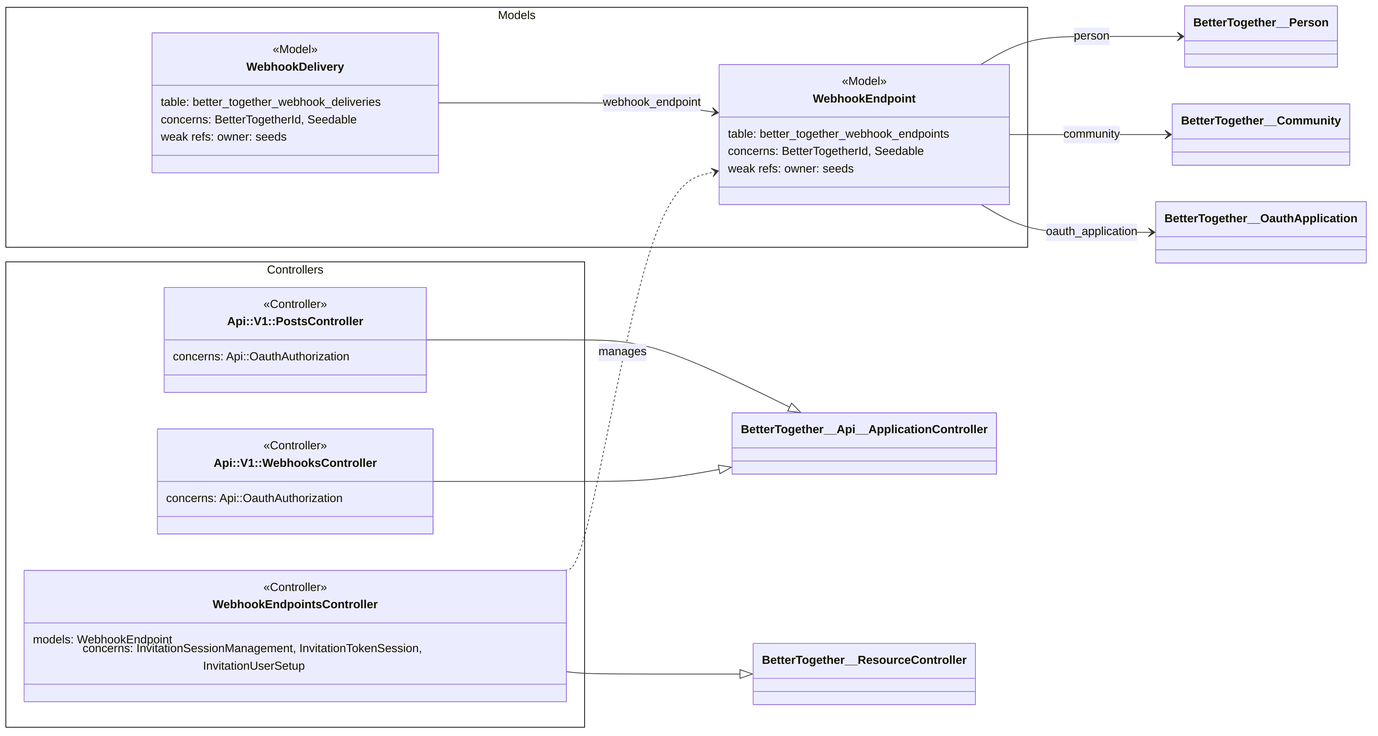
The Mermaid diagram docs/diagrams/exports/png/ce_integrations_webhooks_rails_layers.png in better-together-org/community-engine-rails, before a commit. Its source is kept beside it as docs/diagrams/source/ce_integrations_webhooks_rails_layers.mmd. The source it was exported from:
```mermaid
classDiagram
  direction LR

  namespace Controllers {
    class BetterTogether__Api__V1__PostsController["Api::V1::PostsController"] {
      <<Controller>>
      concerns: Api::OauthAuthorization
    }
    class BetterTogether__Api__V1__WebhooksController["Api::V1::WebhooksController"] {
      <<Controller>>
      concerns: Api::OauthAuthorization
    }
    class BetterTogether__WebhookEndpointsController["WebhookEndpointsController"] {
      <<Controller>>
      models: WebhookEndpoint
      concerns: InvitationSessionManagement, InvitationTokenSession, InvitationUserSetup
    }
  }

  namespace Models {
    class BetterTogether__WebhookDelivery["WebhookDelivery"] {
      <<Model>>
      table: better_together_webhook_deliveries
      concerns: BetterTogetherId, Seedable
      weak refs: owner: seeds
    }
    class BetterTogether__WebhookEndpoint["WebhookEndpoint"] {
      <<Model>>
      table: better_together_webhook_endpoints
      concerns: BetterTogetherId, Seedable
      weak refs: owner: seeds
    }
  }

  BetterTogether__Api__V1__PostsController --|> BetterTogether__Api__ApplicationController
  BetterTogether__Api__V1__WebhooksController --|> BetterTogether__Api__ApplicationController
  BetterTogether__WebhookEndpointsController ..> BetterTogether__WebhookEndpoint : manages
  BetterTogether__WebhookEndpointsController --|> BetterTogether__ResourceController
  BetterTogether__WebhookDelivery --> BetterTogether__WebhookEndpoint : webhook_endpoint
  BetterTogether__WebhookEndpoint --> BetterTogether__Person : person
  BetterTogether__WebhookEndpoint --> BetterTogether__Community : community
  BetterTogether__WebhookEndpoint --> BetterTogether__OauthApplication : oauth_application
```
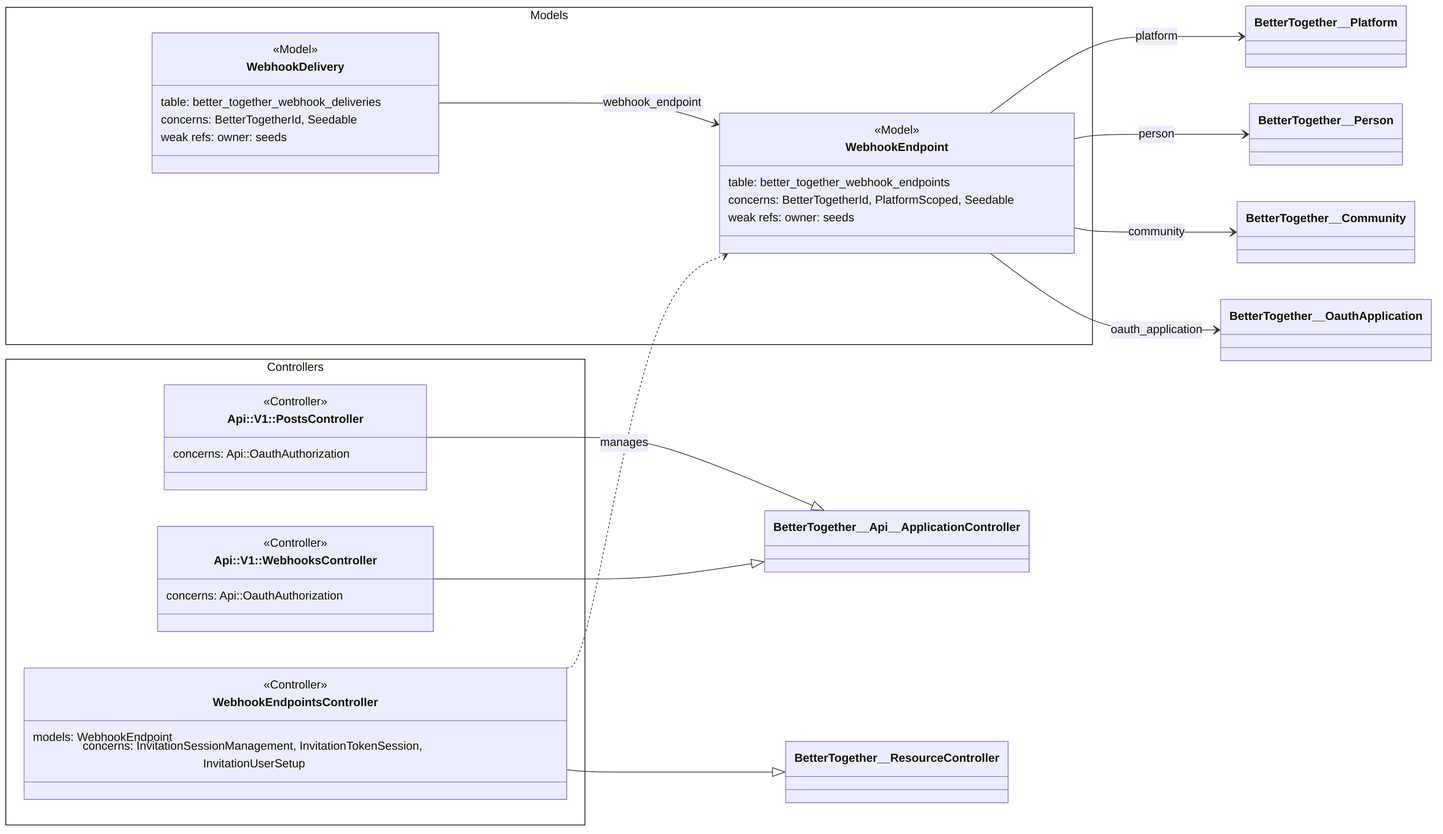
After the commit.

Diff of the diagram source:
```diff
@@ -27,7 +27,7 @@
     class BetterTogether__WebhookEndpoint["WebhookEndpoint"] {
       <<Model>>
       table: better_together_webhook_endpoints
-      concerns: BetterTogetherId, Seedable
+      concerns: BetterTogetherId, PlatformScoped, Seedable
       weak refs: owner: seeds
     }
   }
@@ -37,6 +37,7 @@
   BetterTogether__WebhookEndpointsController ..> BetterTogether__WebhookEndpoint : manages
   BetterTogether__WebhookEndpointsController --|> BetterTogether__ResourceController
   BetterTogether__WebhookDelivery --> BetterTogether__WebhookEndpoint : webhook_endpoint
+  BetterTogether__WebhookEndpoint --> BetterTogether__Platform : platform
   BetterTogether__WebhookEndpoint --> BetterTogether__Person : person
   BetterTogether__WebhookEndpoint --> BetterTogether__Community : community
   BetterTogether__WebhookEndpoint --> BetterTogether__OauthApplication : oauth_application
```
